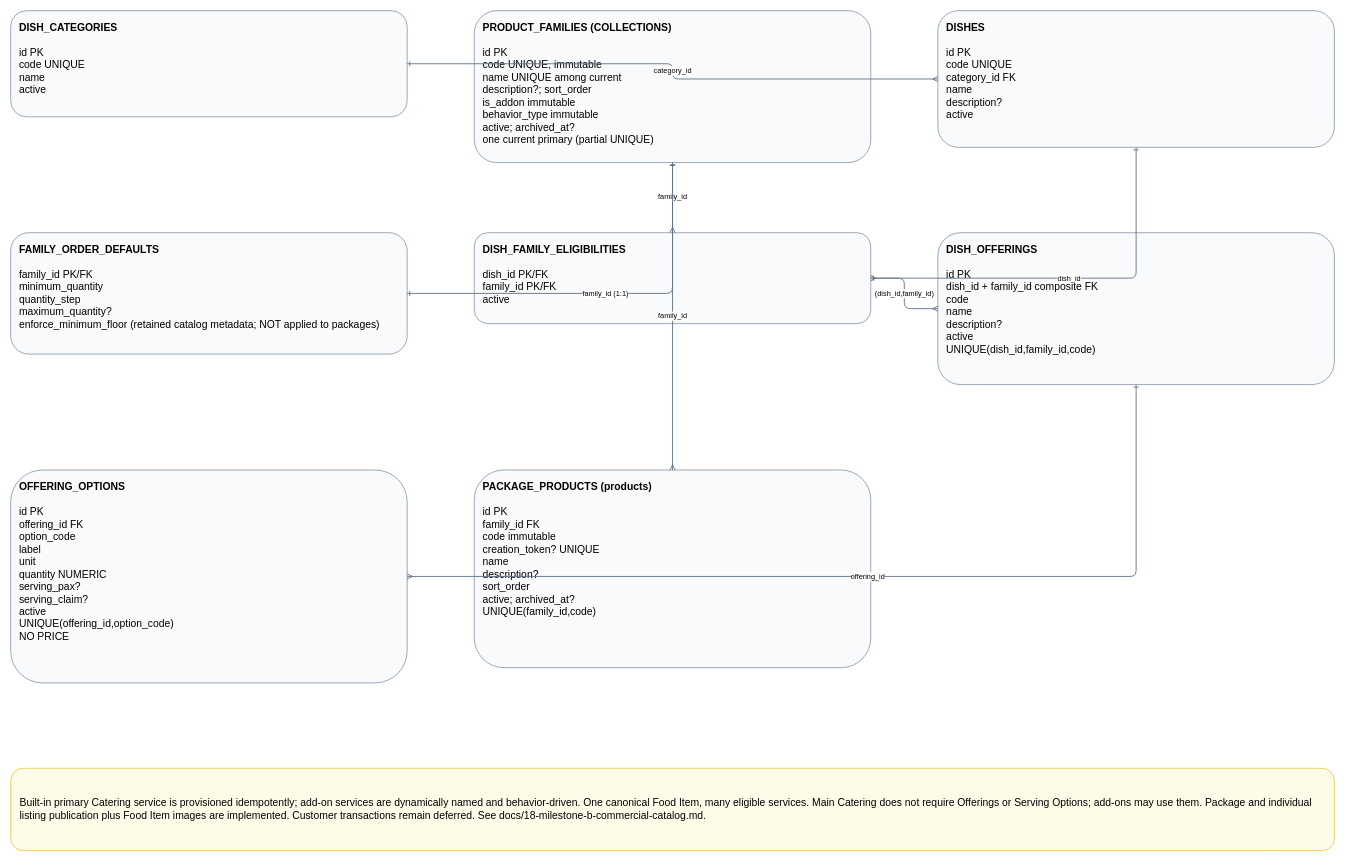
Above: page "01 Master Catalog" (1 of 6) of docs/diagrams/catalog_v3.drawio in garfield2001/zek-catering-reservation (draw.io), before the change. Source tidied: cells renumbered, new cells numbered last; positions are measured from the earlier drawing's top-left corner, leaving out a move shared by most shapes. Both pictures are drawn from the tidied source at 61%, with x=0, y=0 at pixel (10, 10).
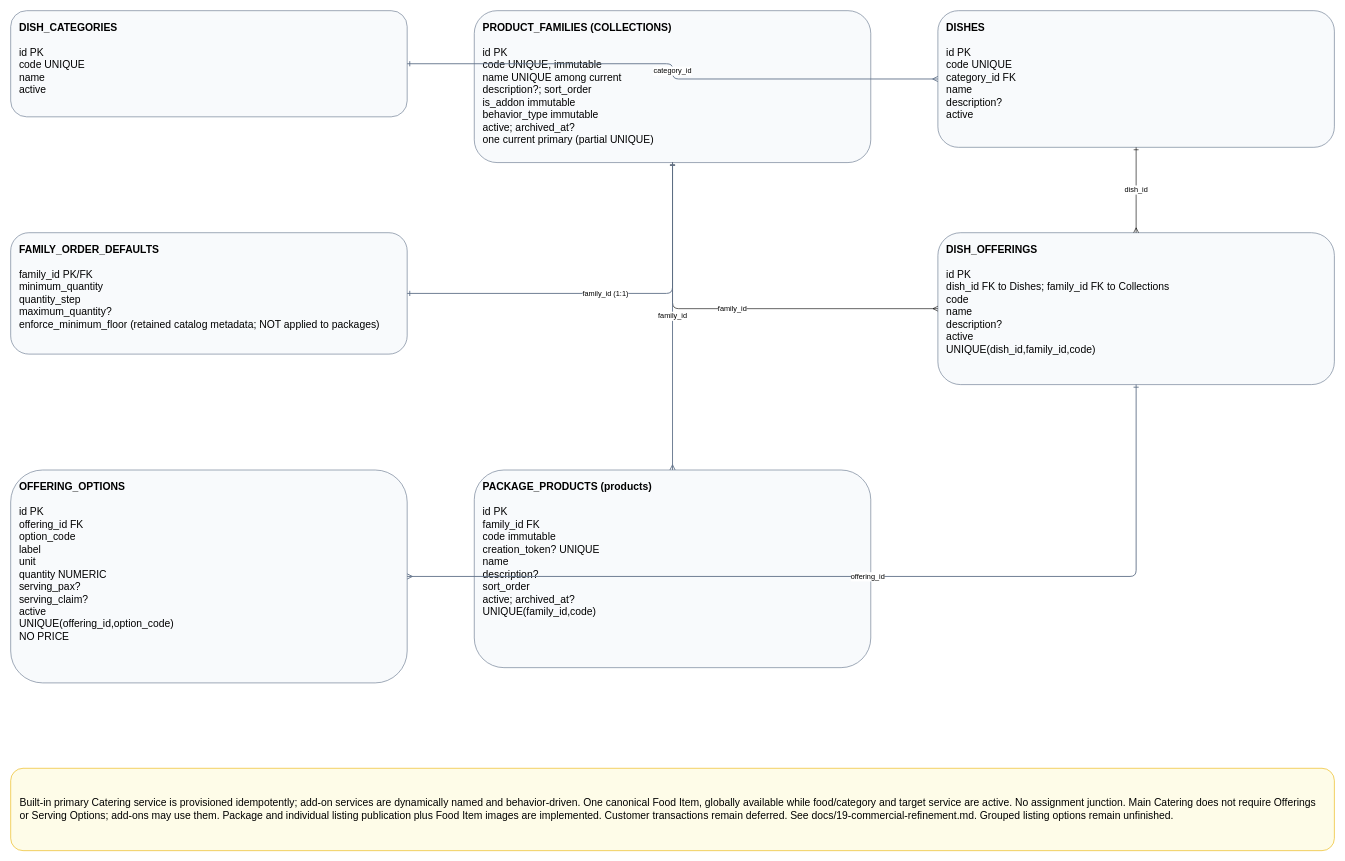
The same diagram, later.

Change to the diagram source:
```diff
@@
 <mxGraphModel>
   <root>
     <mxCell id="0" />
     <mxCell id="1" parent="0" />
     <mxCell id="2" value="&lt;b&gt;DISH_CATEGORIES&lt;/b&gt;&lt;br/&gt;&lt;br/&gt;id PK&lt;br/&gt;code UNIQUE&lt;br/&gt;name&lt;br/&gt;active" style="rounded=1;whiteSpace=wrap;html=1;fillColor=#f8fafc;strokeColor=#64748b;fontSize=17;align=left;verticalAlign=top;spacing=14;" parent="1" vertex="1">
       <mxGeometry width="650" height="174" as="geometry" />
     </mxCell>
     <mxCell id="3" value="&lt;b&gt;PRODUCT_FAMILIES (COLLECTIONS)&lt;/b&gt;&lt;br/&gt;&lt;br/&gt;id PK&lt;br/&gt;code UNIQUE, immutable&lt;br/&gt;name UNIQUE among current&lt;br/&gt;description?; sort_order&lt;br/&gt;is_addon immutable&lt;br/&gt;behavior_type immutable&lt;br/&gt;active; archived_at?&lt;br/&gt;one current primary (partial UNIQUE)" style="rounded=1;whiteSpace=wrap;html=1;fillColor=#f8fafc;strokeColor=#64748b;fontSize=17;align=left;verticalAlign=top;spacing=14;" parent="1" vertex="1">
       <mxGeometry x="760" width="650" height="249" as="geometry" />
     </mxCell>
     <mxCell id="4" value="&lt;b&gt;DISHES&lt;/b&gt;&lt;br/&gt;&lt;br/&gt;id PK&lt;br/&gt;code UNIQUE&lt;br/&gt;category_id FK&lt;br/&gt;name&lt;br/&gt;description?&lt;br/&gt;active" style="rounded=1;whiteSpace=wrap;html=1;fillColor=#f8fafc;strokeColor=#64748b;fontSize=17;align=left;verticalAlign=top;spacing=14;" parent="1" vertex="1">
       <mxGeometry x="1520" width="650" height="224" as="geometry" />
     </mxCell>
     <mxCell id="5" value="&lt;b&gt;FAMILY_ORDER_DEFAULTS&lt;/b&gt;&lt;br/&gt;&lt;br/&gt;family_id PK/FK&lt;br/&gt;minimum_quantity&lt;br/&gt;quantity_step&lt;br/&gt;maximum_quantity?&lt;br/&gt;enforce_minimum_floor (retained catalog metadata; NOT applied to packages)" style="rounded=1;whiteSpace=wrap;html=1;fillColor=#f8fafc;strokeColor=#64748b;fontSize=17;align=left;verticalAlign=top;spacing=14;" parent="1" vertex="1">
       <mxGeometry y="364" width="650" height="199" as="geometry" />
     </mxCell>
-    <mxCell id="6" value="&lt;b&gt;DISH_FAMILY_ELIGIBILITIES&lt;/b&gt;&lt;br/&gt;&lt;br/&gt;dish_id PK/FK&lt;br/&gt;family_id PK/FK&lt;br/&gt;active" style="rounded=1;whiteSpace=wrap;html=1;fillColor=#f8fafc;strokeColor=#64748b;fontSize=17;align=left;verticalAlign=top;spacing=14;" parent="1" vertex="1">
-      <mxGeometry x="760" y="364" width="650" height="149" as="geometry" />
-    </mxCell>
-    <mxCell id="7" value="&lt;b&gt;DISH_OFFERINGS&lt;/b&gt;&lt;br/&gt;&lt;br/&gt;id PK&lt;br/&gt;dish_id + family_id composite FK&lt;br/&gt;code&lt;br/&gt;name&lt;br/&gt;description?&lt;br/&gt;active&lt;br/&gt;UNIQUE(dish_id,family_id,code)" style="rounded=1;whiteSpace=wrap;html=1;fillColor=#f8fafc;strokeColor=#64748b;fontSize=17;align=left;verticalAlign=top;spacing=14;" parent="1" vertex="1">
+    <mxCell id="7" value="&lt;b&gt;DISH_OFFERINGS&lt;/b&gt;&lt;br/&gt;&lt;br/&gt;id PK&lt;br/&gt;dish_id FK to Dishes; family_id FK to Collections&lt;br/&gt;code&lt;br/&gt;name&lt;br/&gt;description?&lt;br/&gt;active&lt;br/&gt;UNIQUE(dish_id,family_id,code)" style="rounded=1;whiteSpace=wrap;html=1;fillColor=#f8fafc;strokeColor=#64748b;fontSize=17;align=left;verticalAlign=top;spacing=14;" parent="1" vertex="1">
       <mxGeometry x="1520" y="364" width="650" height="249" as="geometry" />
     </mxCell>
     <mxCell id="8" value="&lt;b&gt;OFFERING_OPTIONS&lt;/b&gt;&lt;br/&gt;&lt;br/&gt;id PK&lt;br/&gt;offering_id FK&lt;br/&gt;option_code&lt;br/&gt;label&lt;br/&gt;unit&lt;br/&gt;quantity NUMERIC&lt;br/&gt;serving_pax?&lt;br/&gt;serving_claim?&lt;br/&gt;active&lt;br/&gt;UNIQUE(offering_id,option_code)&lt;br/&gt;NO PRICE" style="rounded=1;whiteSpace=wrap;html=1;fillColor=#f8fafc;strokeColor=#64748b;fontSize=17;align=left;verticalAlign=top;spacing=14;" parent="1" vertex="1">
       <mxGeometry y="753" width="650" height="349" as="geometry" />
     </mxCell>
     <mxCell id="9" value="&lt;b&gt;PACKAGE_PRODUCTS (products)&lt;/b&gt;&lt;br/&gt;&lt;br/&gt;id PK&lt;br/&gt;family_id FK&lt;br/&gt;code immutable&lt;br/&gt;creation_token? UNIQUE&lt;br/&gt;name&lt;br/&gt;description?&lt;br/&gt;sort_order&lt;br/&gt;active; archived_at?&lt;br/&gt;UNIQUE(family_id,code)" style="rounded=1;whiteSpace=wrap;html=1;fillColor=#f8fafc;strokeColor=#64748b;fontSize=17;align=left;verticalAlign=top;spacing=14;" parent="1" vertex="1">
       <mxGeometry x="760" y="753" width="650" height="324" as="geometry" />
     </mxCell>
     <mxCell id="10" value="category_id" style="edgeStyle=orthogonalEdgeStyle;rounded=1;html=1;endArrow=ERone;startArrow=ERmany;strokeColor=#64748b;strokeWidth=1.5;fontSize=12;labelBackgroundColor=#ffffff;" parent="1" edge="1" source="4" target="2">
       <mxGeometry relative="1" as="geometry" />
     </mxCell>
     <mxCell id="11" value="family_id (1:1)" style="edgeStyle=orthogonalEdgeStyle;rounded=1;html=1;endArrow=ERone;startArrow=ERone;strokeColor=#64748b;strokeWidth=1.5;fontSize=12;labelBackgroundColor=#ffffff;" parent="1" edge="1" source="5" target="3">
       <mxGeometry relative="1" as="geometry" />
     </mxCell>
-    <mxCell id="12" value="dish_id" style="edgeStyle=orthogonalEdgeStyle;rounded=1;html=1;endArrow=ERone;startArrow=ERmany;strokeColor=#64748b;strokeWidth=1.5;fontSize=12;labelBackgroundColor=#ffffff;" parent="1" edge="1" source="6" target="4">
+    <mxCell id="12" value="dish_id" style="edgeStyle=orthogonalEdgeStyle;html=1;endArrow=ERone;startArrow=ERmany;fontSize=12;" parent="1" edge="1" source="7" target="4">
       <mxGeometry relative="1" as="geometry" />
     </mxCell>
-    <mxCell id="13" value="family_id" style="edgeStyle=orthogonalEdgeStyle;rounded=1;html=1;endArrow=ERone;startArrow=ERmany;strokeColor=#64748b;strokeWidth=1.5;fontSize=12;labelBackgroundColor=#ffffff;" parent="1" edge="1" source="6" target="3">
+    <mxCell id="13" value="family_id" style="edgeStyle=orthogonalEdgeStyle;html=1;endArrow=ERone;startArrow=ERmany;fontSize=12;" parent="1" edge="1" source="7" target="3">
       <mxGeometry relative="1" as="geometry" />
     </mxCell>
-    <mxCell id="14" value="(dish_id,family_id)" style="edgeStyle=orthogonalEdgeStyle;rounded=1;html=1;endArrow=ERone;startArrow=ERmany;strokeColor=#64748b;strokeWidth=1.5;fontSize=12;labelBackgroundColor=#ffffff;" parent="1" edge="1" source="7" target="6">
-      <mxGeometry relative="1" as="geometry" />
-    </mxCell>
     <mxCell id="15" value="offering_id" style="edgeStyle=orthogonalEdgeStyle;rounded=1;html=1;endArrow=ERone;startArrow=ERmany;strokeColor=#64748b;strokeWidth=1.5;fontSize=12;labelBackgroundColor=#ffffff;" parent="1" edge="1" source="8" target="7">
       <mxGeometry relative="1" as="geometry" />
     </mxCell>
     <mxCell id="16" value="family_id" style="edgeStyle=orthogonalEdgeStyle;rounded=1;html=1;endArrow=ERone;startArrow=ERmany;strokeColor=#64748b;strokeWidth=1.5;fontSize=12;labelBackgroundColor=#ffffff;" parent="1" edge="1" source="9" target="3">
       <mxGeometry relative="1" as="geometry" />
     </mxCell>
-    <mxCell id="17" value="Built-in primary Catering service is provisioned idempotently; add-on services are dynamically named and behavior-driven. One canonical Food Item, many eligible services. Main Catering does not require Offerings or Serving Options; add-ons may use them. Package and individual listing publication plus Food Item images are implemented. Customer transactions remain deferred. See docs/18-milestone-b-commercial-catalog.md." style="rounded=1;whiteSpace=wrap;html=1;fillColor=#fefce8;strokeColor=#eab308;fontSize=17;align=left;spacing=15;" parent="1" vertex="1">
+    <mxCell id="17" value="Built-in primary Catering service is provisioned idempotently; add-on services are dynamically named and behavior-driven. One canonical Food Item, globally available while food/category and target service are active. No assignment junction. Main Catering does not require Offerings or Serving Options; add-ons may use them. Package and individual listing publication plus Food Item images are implemented. Customer transactions remain deferred. See docs/19-commercial-refinement.md. Grouped listing options remain unfinished." style="rounded=1;whiteSpace=wrap;html=1;fillColor=#fefce8;strokeColor=#eab308;fontSize=17;align=left;spacing=15;" parent="1" vertex="1">
       <mxGeometry y="1242" width="2170" height="135" as="geometry" />
     </mxCell>
   </root>
 </mxGraphModel>
```
